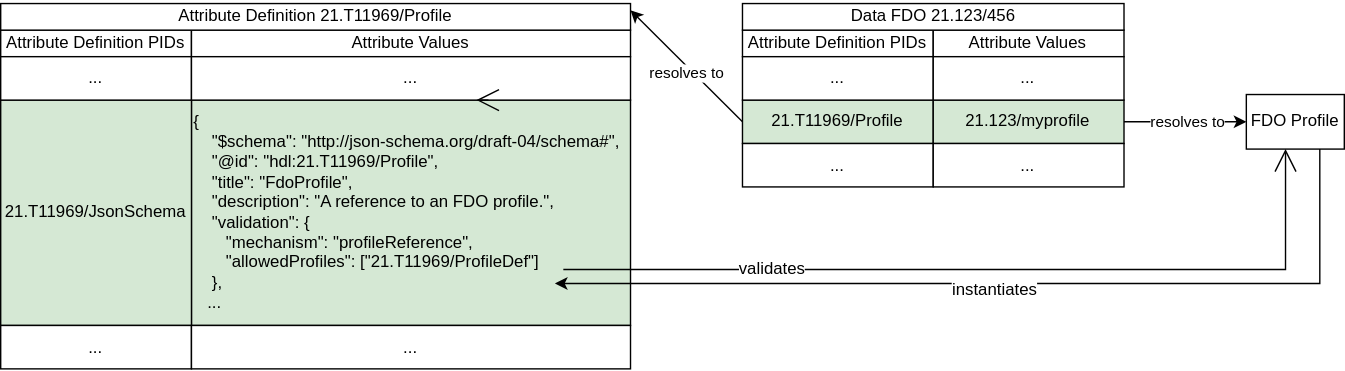
Before: img/profile-reference-json-schema.svg, a diagram exported from draw.io (fairdo-org/handle_fdo_specification). Source tidied: cells renumbered, new cells last; positions are measured from the earlier drawing's top-left corner, leaving out a move shared by most shapes.
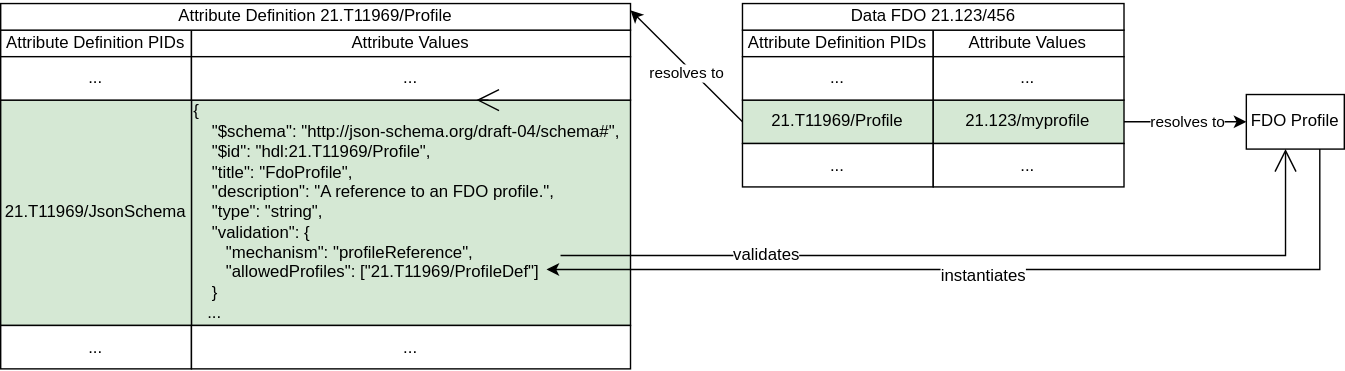
The same diagram one commit later.

Commit message:
rework profile referencing

Change to the diagram source:
```diff
@@ -2,7 +2,7 @@
   <root>
     <mxCell id="0" />
     <mxCell id="1" parent="0" />
-    <mxCell id="2" value="{&lt;br&gt;&amp;nbsp; &amp;nbsp; &quot;$schema&quot;: &quot;http://json-schema.org/draft-04/schema#&quot;,&lt;br&gt;&amp;nbsp; &amp;nbsp; &quot;@id&quot;: &quot;hdl:21.T11969/Profile&quot;,&lt;br&gt;&amp;nbsp; &amp;nbsp; &quot;title&quot;: &quot;FdoProfile&quot;,&lt;br&gt;&amp;nbsp; &amp;nbsp; &quot;description&quot;: &quot;A reference to an FDO profile.&quot;,&lt;br&gt;&amp;nbsp; &amp;nbsp; &quot;validation&quot;: {&lt;div&gt;&lt;span style=&quot;white-space: pre;&quot;&gt;       &lt;/span&gt;&lt;span style=&quot;background-color: transparent; color: light-dark(rgb(0, 0, 0), rgb(255, 255, 255));&quot;&gt;&quot;mechanism&quot;: &quot;profileReference&quot;,&lt;/span&gt;&lt;/div&gt;&lt;div&gt;&lt;span style=&quot;white-space: pre;&quot;&gt;       &lt;/span&gt;&quot;allowedProfiles&quot;: [&quot;21.T11969/ProfileDef&quot;]&lt;/div&gt;&lt;div&gt;&amp;nbsp; &amp;nbsp; },&amp;nbsp;&lt;br&gt;&lt;/div&gt;&lt;div&gt;&amp;nbsp; &amp;nbsp;...&lt;/div&gt;" style="rounded=0;whiteSpace=wrap;html=1;fillColor=#D5E8D4;align=left;" parent="1" vertex="1">
+    <mxCell id="2" value="{&lt;br&gt;&amp;nbsp; &amp;nbsp; &quot;$schema&quot;: &quot;http://json-schema.org/draft-04/schema#&quot;,&lt;br&gt;&amp;nbsp; &amp;nbsp; &quot;$id&quot;: &quot;hdl:21.T11969/Profile&quot;,&lt;br&gt;&amp;nbsp; &amp;nbsp; &quot;title&quot;: &quot;FdoProfile&quot;,&lt;br&gt;&amp;nbsp; &amp;nbsp; &quot;description&quot;: &quot;A reference to an FDO profile.&quot;,&lt;br&gt;&amp;nbsp; &amp;nbsp; &quot;type&quot;: &quot;string&quot;,&lt;br&gt;&amp;nbsp; &amp;nbsp; &quot;validation&quot;: {&lt;div&gt;&lt;span style=&quot;white-space: pre;&quot;&gt;       &lt;/span&gt;&lt;span style=&quot;background-color: transparent; color: light-dark(rgb(0, 0, 0), rgb(255, 255, 255));&quot;&gt;&quot;mechanism&quot;: &quot;profileReference&quot;,&lt;/span&gt;&lt;/div&gt;&lt;div&gt;&lt;span style=&quot;white-space: pre;&quot;&gt;       &lt;/span&gt;&quot;allowedProfiles&quot;: [&quot;21.T11969/ProfileDef&quot;]&lt;/div&gt;&lt;div&gt;&amp;nbsp; &amp;nbsp; }&lt;br&gt;&amp;nbsp; &amp;nbsp;...&lt;/div&gt;" style="rounded=0;whiteSpace=wrap;html=1;fillColor=#D5E8D4;align=left;" parent="1" vertex="1">
       <mxGeometry x="136.3" y="69" width="313.7" height="161" as="geometry" />
     </mxCell>
     <mxCell id="3" value="Attribute Definition PIDs" style="rounded=0;whiteSpace=wrap;html=1;" parent="1" vertex="1">
@@ -76,7 +76,7 @@
     </mxCell>
     <mxCell id="25" style="edgeStyle=orthogonalEdgeStyle;orthogonalLoop=1;jettySize=auto;html=1;rounded=0;fontFamily=Architects Daughter;fontSource=https%3A%2F%2Ffonts.googleapis.com%2Fcss%3Ffamily%3DArchitects%2BDaughter;fontSize=16;startSize=14;endArrow=open;endSize=14;sourcePerimeterSpacing=8;targetPerimeterSpacing=8;entryX=0.386;entryY=1.026;entryDx=0;entryDy=0;entryPerimeter=0;" parent="1" edge="1">
       <mxGeometry relative="1" as="geometry">
-        <mxPoint x="402" y="190" as="sourcePoint" />
+        <mxPoint x="400" y="180" as="sourcePoint" />
         <mxPoint x="918" y="104" as="targetPoint" />
       </mxGeometry>
     </mxCell>
@@ -85,10 +85,10 @@
     </mxCell>
     <mxCell id="27" style="edgeStyle=orthogonalEdgeStyle;jettySize=auto;html=1;rounded=0;fontFamily=Architects Daughter;fontSource=https%3A%2F%2Ffonts.googleapis.com%2Fcss%3Ffamily%3DArchitects%2BDaughter;fontSize=16;endArrow=classic;sourcePerimeterSpacing=8;targetPerimeterSpacing=8;exitX=0.75;exitY=1;exitDx=0;exitDy=0;endFill=1;" parent="1" edge="1" source="21">
       <mxGeometry relative="1" as="geometry">
-        <mxPoint x="396" y="200" as="targetPoint" />
+        <mxPoint x="390" y="190" as="targetPoint" />
         <Array as="points">
-          <mxPoint x="943" y="200" />
-          <mxPoint x="396" y="200" />
+          <mxPoint x="943" y="190" />
+          <mxPoint x="396" y="190" />
         </Array>
       </mxGeometry>
     </mxCell>
```
